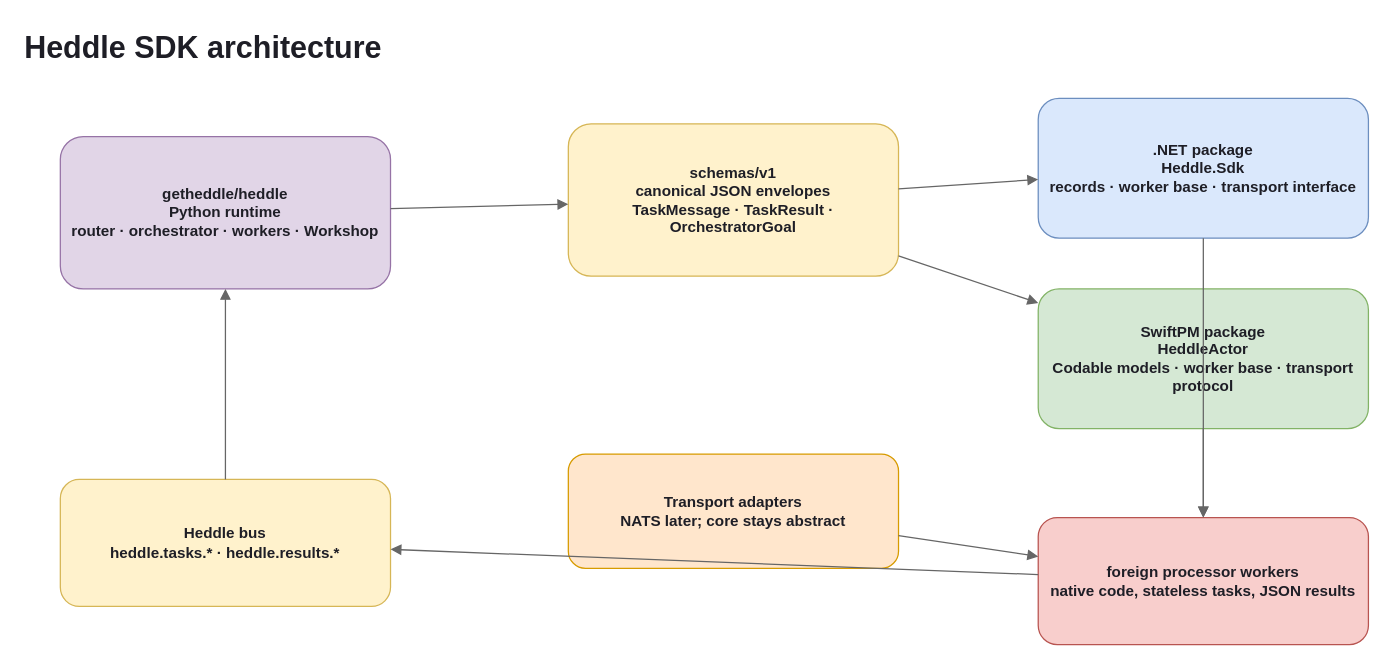
Before: docs/diagrams/sdk-architecture.drawio in getheddle/heddle-sdk, a draw.io diagram. Source tidied: cells renumbered, new cells numbered last; positions are measured from the earlier drawing's top-left corner, leaving out a move shared by most shapes. Both pictures are drawn from the tidied source at 127%, with x=0, y=0 at pixel (22, 22).
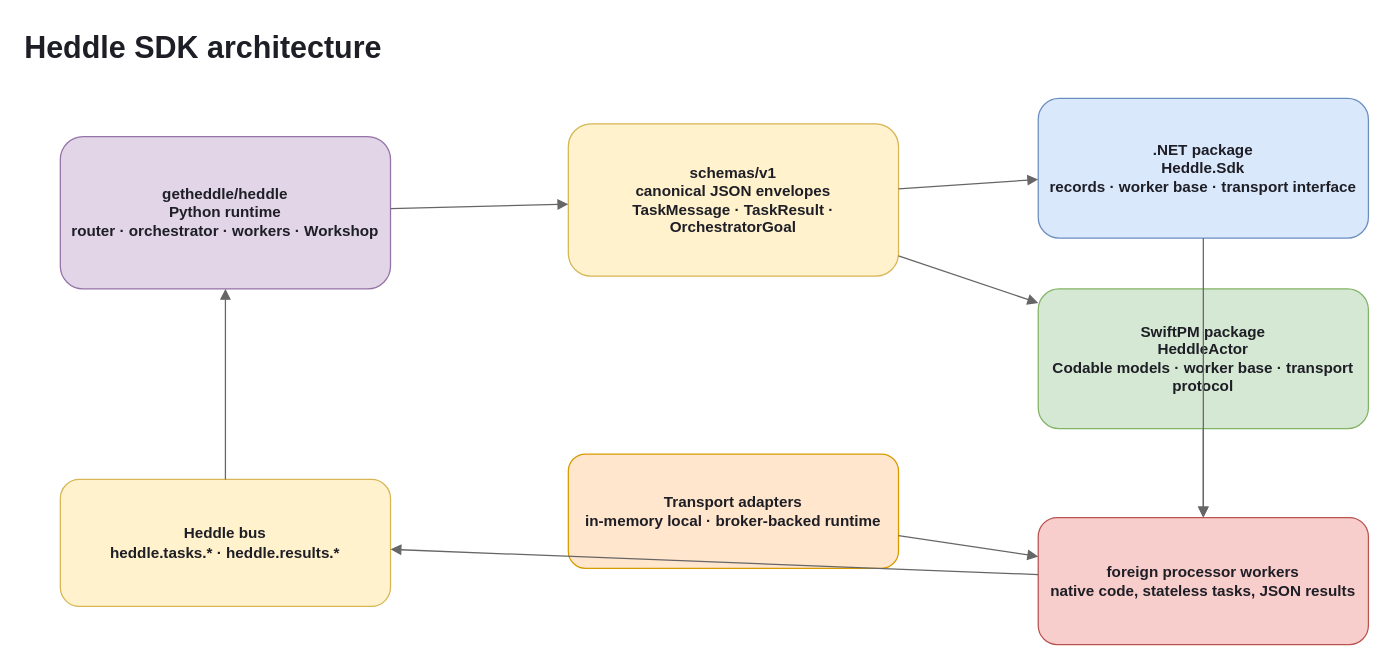
After the change.

The edit, as a diff of the source:
```diff
@@
 <mxGraphModel>
   <root>
     <mxCell id="0" />
     <mxCell id="1" parent="0" />
     <mxCell id="2" value="Heddle SDK architecture" style="text;html=1;strokeColor=none;fillColor=none;fontSize=24;fontStyle=1;fontColor=#1e1e26;align=left;" parent="1" vertex="1">
       <mxGeometry width="520" height="40" as="geometry" />
     </mxCell>
     <mxCell id="3" value="getheddle/heddle&lt;br&gt;Python runtime&lt;br&gt;router · orchestrator · workers · Workshop" style="rounded=1;whiteSpace=wrap;html=1;fillColor=#e1d5e7;strokeColor=#9673a6;fontColor=#1e1e26;fontStyle=1;" parent="1" vertex="1">
       <mxGeometry x="30" y="90" width="260" height="120" as="geometry" />
     </mxCell>
     <mxCell id="4" value="schemas/v1&lt;br&gt;canonical JSON envelopes&lt;br&gt;TaskMessage · TaskResult · OrchestratorGoal" style="rounded=1;whiteSpace=wrap;html=1;fillColor=#fff2cc;strokeColor=#d6b656;fontColor=#1e1e26;fontStyle=1;" parent="1" vertex="1">
       <mxGeometry x="430" y="80" width="260" height="120" as="geometry" />
     </mxCell>
     <mxCell id="5" value=".NET package&lt;br&gt;Heddle.Sdk&lt;br&gt;records · worker base · transport interface" style="rounded=1;whiteSpace=wrap;html=1;fillColor=#dae8fc;strokeColor=#6c8ebf;fontColor=#1e1e26;fontStyle=1;" parent="1" vertex="1">
       <mxGeometry x="800" y="60" width="260" height="110" as="geometry" />
     </mxCell>
     <mxCell id="6" value="SwiftPM package&lt;br&gt;HeddleActor&lt;br&gt;Codable models · worker base · transport protocol" style="rounded=1;whiteSpace=wrap;html=1;fillColor=#d5e8d4;strokeColor=#82b366;fontColor=#1e1e26;fontStyle=1;" parent="1" vertex="1">
       <mxGeometry x="800" y="210" width="260" height="110" as="geometry" />
     </mxCell>
-    <mxCell id="7" value="Transport adapters&lt;br&gt;NATS later; core stays abstract" style="rounded=1;whiteSpace=wrap;html=1;fillColor=#ffe6cc;strokeColor=#d79b00;fontColor=#1e1e26;fontStyle=1;" parent="1" vertex="1">
+    <mxCell id="7" value="Transport adapters&lt;br&gt;in-memory local · broker-backed runtime" style="rounded=1;whiteSpace=wrap;html=1;fillColor=#ffe6cc;strokeColor=#d79b00;fontColor=#1e1e26;fontStyle=1;" parent="1" vertex="1">
       <mxGeometry x="430" y="340" width="260" height="90" as="geometry" />
     </mxCell>
     <mxCell id="8" value="foreign processor workers&lt;br&gt;native code, stateless tasks, JSON results" style="rounded=1;whiteSpace=wrap;html=1;fillColor=#f8cecc;strokeColor=#b85450;fontColor=#1e1e26;fontStyle=1;" parent="1" vertex="1">
       <mxGeometry x="800" y="390" width="260" height="100" as="geometry" />
     </mxCell>
     <mxCell id="9" value="Heddle bus&lt;br&gt;heddle.tasks.* · heddle.results.*" style="rounded=1;whiteSpace=wrap;html=1;fillColor=#fff2cc;strokeColor=#d6b656;fontColor=#1e1e26;fontStyle=1;" parent="1" vertex="1">
       <mxGeometry x="30" y="360" width="260" height="100" as="geometry" />
     </mxCell>
     <mxCell id="10" style="endArrow=block;html=1;rounded=0;strokeColor=#666666;" parent="1" edge="1" source="3" target="4">
       <mxGeometry relative="1" as="geometry" />
     </mxCell>
     <mxCell id="11" style="endArrow=block;html=1;rounded=0;strokeColor=#666666;" parent="1" edge="1" source="4" target="5">
       <mxGeometry relative="1" as="geometry" />
     </mxCell>
     <mxCell id="12" style="endArrow=block;html=1;rounded=0;strokeColor=#666666;" parent="1" edge="1" source="4" target="6">
       <mxGeometry relative="1" as="geometry" />
     </mxCell>
     <mxCell id="13" style="endArrow=block;html=1;rounded=0;strokeColor=#666666;" parent="1" edge="1" source="5" target="8">
       <mxGeometry relative="1" as="geometry" />
     </mxCell>
     <mxCell id="14" style="endArrow=block;html=1;rounded=0;strokeColor=#666666;" parent="1" edge="1" source="6" target="8">
       <mxGeometry relative="1" as="geometry" />
     </mxCell>
     <mxCell id="15" style="endArrow=block;html=1;rounded=0;strokeColor=#666666;" parent="1" edge="1" source="7" target="8">
       <mxGeometry relative="1" as="geometry" />
     </mxCell>
     <mxCell id="16" style="endArrow=block;html=1;rounded=0;strokeColor=#666666;" parent="1" edge="1" source="8" target="9">
       <mxGeometry relative="1" as="geometry" />
     </mxCell>
     <mxCell id="17" style="endArrow=block;html=1;rounded=0;strokeColor=#666666;" parent="1" edge="1" source="9" target="3">
       <mxGeometry relative="1" as="geometry" />
     </mxCell>
   </root>
 </mxGraphModel>
```
